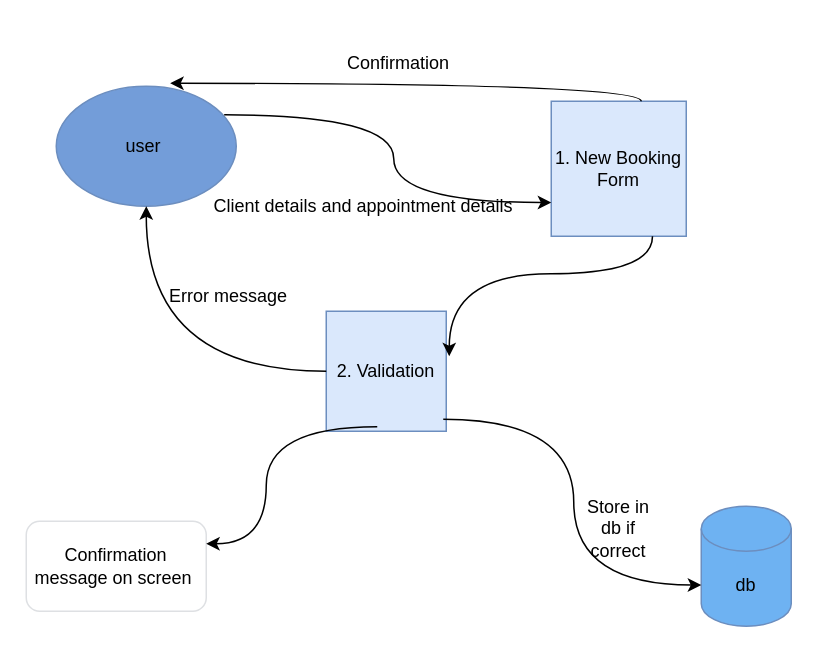
Before: newbkng data flow.drawio in B34427/ComputingProject, a draw.io diagram. Source tidied: cells renumbered, new cells numbered last; positions are measured from the earlier drawing's top-left corner, leaving out a move shared by most shapes. Both pictures are drawn from the tidied source at 150%, with x=0, y=0 at pixel (26, 40).
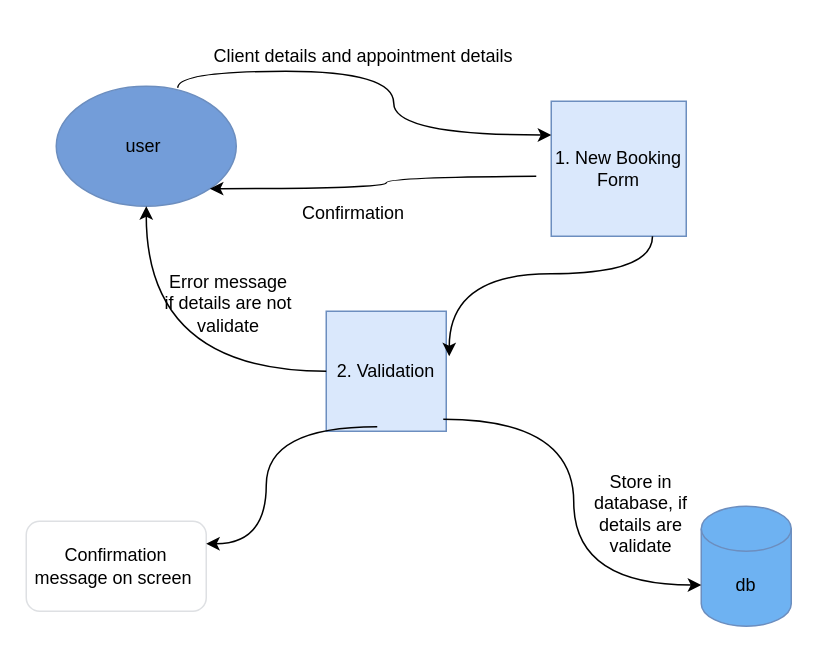
The same page after the edit.

What changed in the source:
```diff
@@
 <mxGraphModel>
   <root>
     <mxCell id="0" />
     <mxCell id="1" parent="0" />
     <mxCell id="2" value="1. New Booking Form" style="whiteSpace=wrap;html=1;fillColor=#dae8fc;strokeColor=#6c8ebf;" parent="1" vertex="1">
       <mxGeometry x="350" y="40" width="90" height="90" as="geometry" />
     </mxCell>
     <mxCell id="3" value="2. Validation" style="whiteSpace=wrap;html=1;fillColor=#dae8fc;strokeColor=#6c8ebf;" parent="1" vertex="1">
       <mxGeometry x="200" y="180" width="80" height="80" as="geometry" />
     </mxCell>
     <mxCell id="4" value="db" style="shape=cylinder3;whiteSpace=wrap;html=1;boundedLbl=1;backgroundOutline=1;size=15;fillColor=light-dark(#6eb2f2, #1d293b);strokeColor=#6c8ebf;" parent="1" vertex="1">
       <mxGeometry x="450" y="310" width="60" height="80" as="geometry" />
     </mxCell>
     <mxCell id="5" value="user&amp;nbsp;" style="ellipse;whiteSpace=wrap;html=1;fillColor=light-dark(#739dd9, #1d293b);strokeColor=#6c8ebf;" parent="1" vertex="1">
       <mxGeometry x="20" y="30" width="120" height="80" as="geometry" />
     </mxCell>
-    <mxCell id="6" style="curved=1;endArrow=classic;html=1;rounded=0;exitX=0.933;exitY=0.238;exitDx=0;exitDy=0;exitPerimeter=0;edgeStyle=orthogonalEdgeStyle;entryX=0;entryY=0.75;entryDx=0;entryDy=0;" parent="1" edge="1" source="5" target="2">
-      <mxGeometry relative="1" as="geometry" />
-    </mxCell>
     <mxCell id="7" style="curved=1;endArrow=classic;html=1;rounded=0;exitX=0.75;exitY=1;exitDx=0;exitDy=0;entryX=1.025;entryY=0.375;entryDx=0;entryDy=0;entryPerimeter=0;edgeStyle=orthogonalEdgeStyle;" parent="1" edge="1" source="2" target="3">
       <mxGeometry relative="1" as="geometry" />
     </mxCell>
     <mxCell id="8" style="endArrow=classic;html=1;rounded=0;entryX=0;entryY=0;entryDx=0;entryDy=52.5;entryPerimeter=0;exitX=0.975;exitY=0.9;exitDx=0;exitDy=0;exitPerimeter=0;edgeStyle=orthogonalEdgeStyle;elbow=vertical;curved=1;" parent="1" edge="1" source="3" target="4">
       <mxGeometry relative="1" as="geometry" />
     </mxCell>
-    <mxCell id="9" style="curved=1;endArrow=classic;html=1;rounded=0;exitX=0.667;exitY=0;exitDx=0;exitDy=0;exitPerimeter=0;entryX=0.633;entryY=-0.025;entryDx=0;entryDy=0;entryPerimeter=0;edgeStyle=orthogonalEdgeStyle;" parent="1" edge="1" source="2" target="5">
-      <mxGeometry relative="1" as="geometry" />
+    <mxCell id="9" style="curved=1;endArrow=classic;html=1;rounded=0;entryX=1;entryY=1;entryDx=0;entryDy=0;edgeStyle=orthogonalEdgeStyle;" parent="1" edge="1" target="5">
+      <mxGeometry relative="1" as="geometry">
+        <mxPoint x="340" y="90" as="sourcePoint" />
+      </mxGeometry>
     </mxCell>
     <mxCell id="10" value="Confirmation message on screen&amp;nbsp;" style="rounded=1;whiteSpace=wrap;html=1;fillColor=#FFFFFF;strokeColor=light-dark(#dee0e3, #5c79a3);" parent="1" vertex="1">
       <mxGeometry y="320" width="120" height="60" as="geometry" />
     </mxCell>
     <mxCell id="11" style="curved=1;endArrow=classic;html=1;rounded=0;entryX=1;entryY=0.25;entryDx=0;entryDy=0;exitX=0.425;exitY=0.963;exitDx=0;exitDy=0;exitPerimeter=0;edgeStyle=orthogonalEdgeStyle;" parent="1" edge="1" source="3" target="10">
       <mxGeometry relative="1" as="geometry" />
     </mxCell>
     <mxCell id="12" value="Client details and appointment details" style="text;html=1;align=center;verticalAlign=middle;whiteSpace=wrap;rounded=0;" parent="1" vertex="1">
-      <mxGeometry x="120" y="90" width="210" height="40" as="geometry" />
+      <mxGeometry x="120" y="-10" width="210" height="40" as="geometry" />
     </mxCell>
     <mxCell id="13" value="Confirmation&amp;nbsp;" style="text;html=1;align=center;verticalAlign=middle;whiteSpace=wrap;rounded=0;" parent="1" vertex="1">
-      <mxGeometry x="220" width="60" height="30" as="geometry" />
+      <mxGeometry x="190" y="100" width="60" height="30" as="geometry" />
     </mxCell>
     <mxCell id="14" style="curved=1;endArrow=classic;html=1;rounded=0;exitX=0;exitY=0.5;exitDx=0;exitDy=0;edgeStyle=orthogonalEdgeStyle;" parent="1" edge="1" source="3" target="5">
       <mxGeometry relative="1" as="geometry" />
     </mxCell>
-    <mxCell id="15" value="Error message" style="text;html=1;align=center;verticalAlign=middle;whiteSpace=wrap;rounded=0;" parent="1" vertex="1">
-      <mxGeometry x="90" y="150" width="90" height="40" as="geometry" />
+    <mxCell id="15" value="Error message if details are not validate" style="text;html=1;align=center;verticalAlign=middle;whiteSpace=wrap;rounded=0;" parent="1" vertex="1">
+      <mxGeometry x="90" y="160" width="90" height="30" as="geometry" />
     </mxCell>
-    <mxCell id="16" value="Store in db if correct" style="text;html=1;align=center;verticalAlign=middle;whiteSpace=wrap;rounded=0;" parent="1" vertex="1">
-      <mxGeometry x="365" y="310" width="60" height="30" as="geometry" />
+    <mxCell id="16" value="Store in database, if details are validate" style="text;html=1;align=center;verticalAlign=middle;whiteSpace=wrap;rounded=0;" parent="1" vertex="1">
+      <mxGeometry x="370" y="300" width="80" height="30" as="geometry" />
     </mxCell>
+    <mxCell id="6" style="curved=1;endArrow=classic;html=1;rounded=0;entryX=0;entryY=0.25;entryDx=0;entryDy=0;exitX=0.675;exitY=0.013;exitDx=0;exitDy=0;exitPerimeter=0;edgeStyle=orthogonalEdgeStyle;" parent="1" edge="1" source="5" target="2">
+      <mxGeometry relative="1" as="geometry" />
+    </mxCell>
   </root>
 </mxGraphModel>
```
